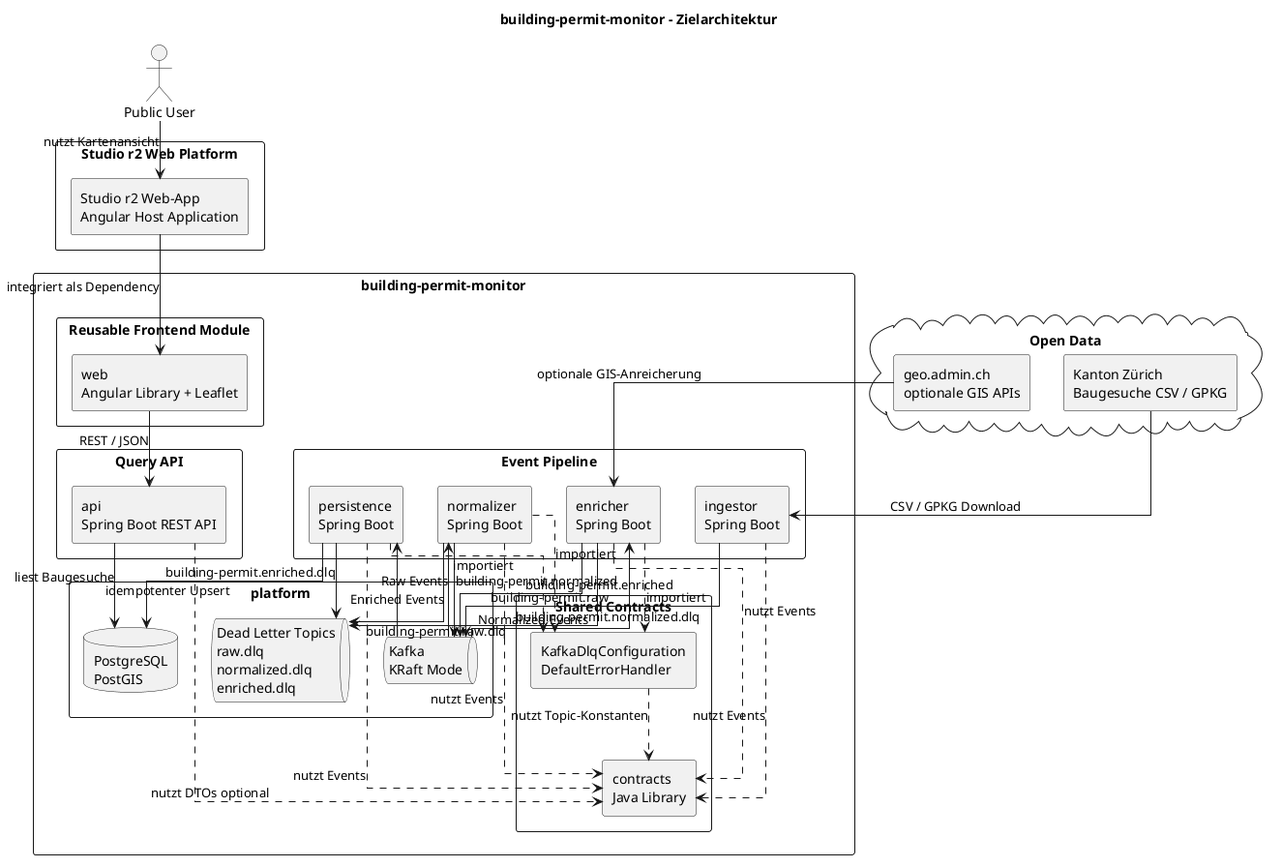
wsutter/building-permit-monitor-root keeps this PlantUML diagram as docs/architecture/target-architecture.png. Above is the earlier version. Source of this version:
```plantuml
@startuml
title building-permit-monitor - Zielarchitektur

skinparam componentStyle rectangle
skinparam shadowing false
skinparam packageStyle rectangle
skinparam linetype ortho

actor "Public User" as user

cloud "Open Data" {
  component "Kanton Zürich\nBaugesuche CSV / GPKG" as ktzh
  component "geo.admin.ch\noptionale GIS APIs" as geoadmin
}

package "building-permit-monitor" {
  package "platform" {
    queue "Kafka\nKRaft Mode" as kafka
    queue "Dead Letter Topics\nraw.dlq\nnormalized.dlq\nenriched.dlq" as dlq
    database "PostgreSQL\nPostGIS" as postgis
  }

  package "Event Pipeline" {
    component "ingestor\nSpring Boot" as ingestor
    component "normalizer\nSpring Boot" as normalizer
    component "enricher\nSpring Boot" as enricher
    component "persistence\nSpring Boot" as persistence
  }

  package "Shared Contracts" {
    component "contracts\nJava Library" as contracts
    component "KafkaDlqConfiguration\nDefaultErrorHandler" as dlqConfig
  }

  package "Query API" {
    component "api\nSpring Boot REST API" as api
  }

  package "Reusable Frontend Module" {
    component "web\nAngular Library + Leaflet" as web
  }
}

package "Studio r2 Web Platform" {
  component "Studio r2 Web-App\nAngular Host Application" as host
}

user --> host : nutzt Kartenansicht
host --> web : integriert als Dependency
web --> api : REST / JSON
api --> postgis : liest Baugesuche

ktzh --> ingestor : CSV / GPKG Download
ingestor --> kafka : building-permit.raw
kafka --> normalizer : Raw Events
normalizer --> kafka : building-permit.normalized
normalizer --> dlq : building-permit.raw.dlq
kafka --> enricher : Normalized Events
geoadmin --> enricher : optionale GIS-Anreicherung
enricher --> kafka : building-permit.enriched
enricher --> dlq : building-permit.normalized.dlq
kafka --> persistence : Enriched Events
persistence --> postgis : idempotenter Upsert
persistence --> dlq : building-permit.enriched.dlq

ingestor ..> contracts : nutzt Events
normalizer ..> contracts : nutzt Events
enricher ..> contracts : nutzt Events
persistence ..> contracts : nutzt Events
api ..> contracts : nutzt DTOs optional
normalizer ..> dlqConfig : importiert
enricher ..> dlqConfig : importiert
persistence ..> dlqConfig : importiert
dlqConfig ..> contracts : nutzt Topic-Konstanten

@enduml
```
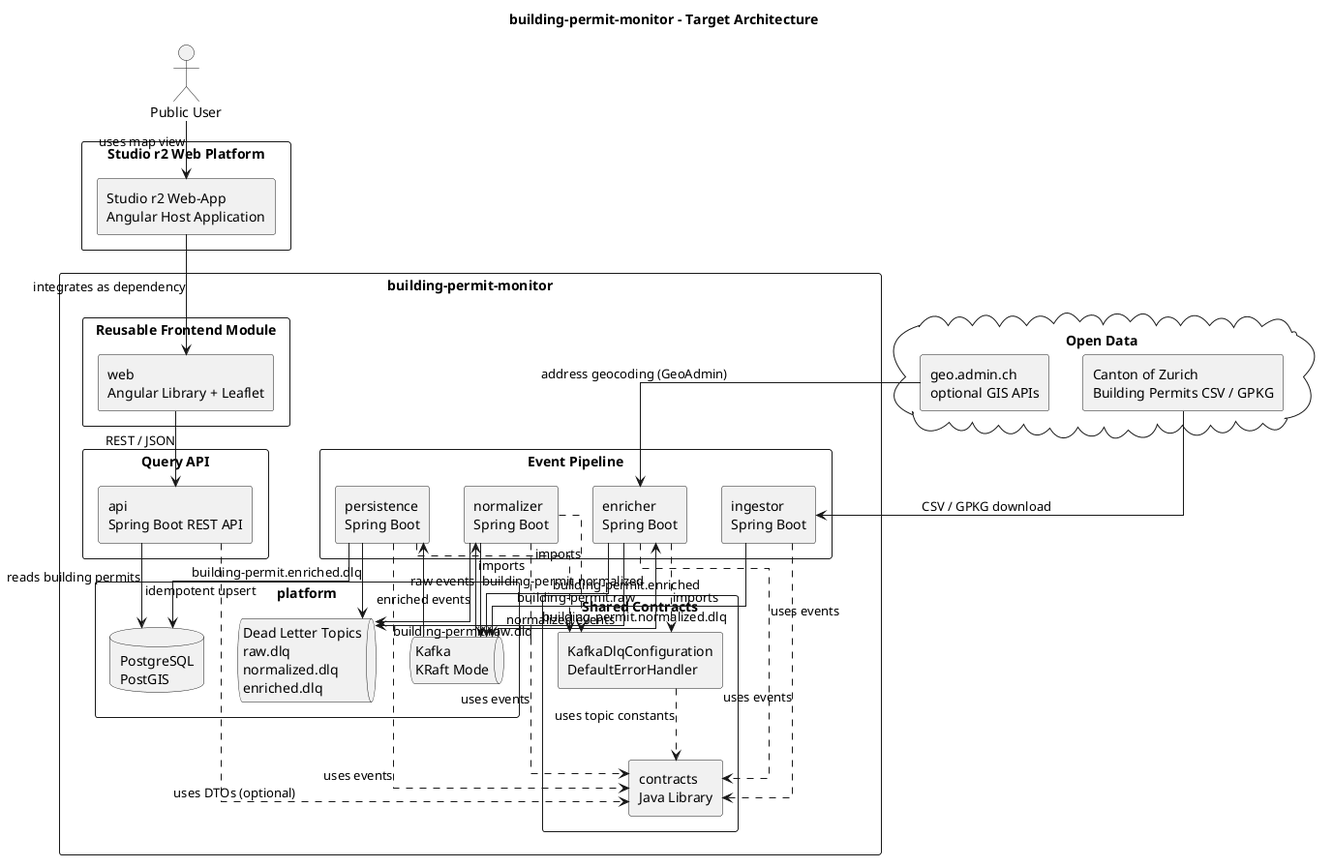
Above is the later version.

Diff of the diagram source:
```diff
@@ -1,5 +1,5 @@
 @startuml
-title building-permit-monitor - Zielarchitektur
+title building-permit-monitor - Target Architecture
 
 skinparam componentStyle rectangle
 skinparam shadowing false
@@ -9,8 +9,8 @@
 actor "Public User" as user
 
 cloud "Open Data" {
-  component "Kanton Zürich\nBaugesuche CSV / GPKG" as ktzh
-  component "geo.admin.ch\noptionale GIS APIs" as geoadmin
+  component "Canton of Zurich\nBuilding Permits CSV / GPKG" as ktzh
+  component "geo.admin.ch\noptional GIS APIs" as geoadmin
 }
 
 package "building-permit-monitor" {
@@ -45,32 +45,32 @@
   component "Studio r2 Web-App\nAngular Host Application" as host
 }
 
-user --> host : nutzt Kartenansicht
-host --> web : integriert als Dependency
+user --> host : uses map view
+host --> web : integrates as dependency
 web --> api : REST / JSON
-api --> postgis : liest Baugesuche
+api --> postgis : reads building permits
 
-ktzh --> ingestor : CSV / GPKG Download
+ktzh --> ingestor : CSV / GPKG download
 ingestor --> kafka : building-permit.raw
-kafka --> normalizer : Raw Events
+kafka --> normalizer : raw events
 normalizer --> kafka : building-permit.normalized
 normalizer --> dlq : building-permit.raw.dlq
-kafka --> enricher : Normalized Events
-geoadmin --> enricher : optionale GIS-Anreicherung
+kafka --> enricher : normalized events
+geoadmin --> enricher : address geocoding (GeoAdmin)
 enricher --> kafka : building-permit.enriched
 enricher --> dlq : building-permit.normalized.dlq
-kafka --> persistence : Enriched Events
-persistence --> postgis : idempotenter Upsert
+kafka --> persistence : enriched events
+persistence --> postgis : idempotent upsert
 persistence --> dlq : building-permit.enriched.dlq
 
-ingestor ..> contracts : nutzt Events
-normalizer ..> contracts : nutzt Events
-enricher ..> contracts : nutzt Events
-persistence ..> contracts : nutzt Events
-api ..> contracts : nutzt DTOs optional
-normalizer ..> dlqConfig : importiert
-enricher ..> dlqConfig : importiert
-persistence ..> dlqConfig : importiert
-dlqConfig ..> contracts : nutzt Topic-Konstanten
+ingestor ..> contracts : uses events
+normalizer ..> contracts : uses events
+enricher ..> contracts : uses events
+persistence ..> contracts : uses events
+api ..> contracts : uses DTOs (optional)
+normalizer ..> dlqConfig : imports
+enricher ..> dlqConfig : imports
+persistence ..> dlqConfig : imports
+dlqConfig ..> contracts : uses topic constants
 
 @enduml
```
